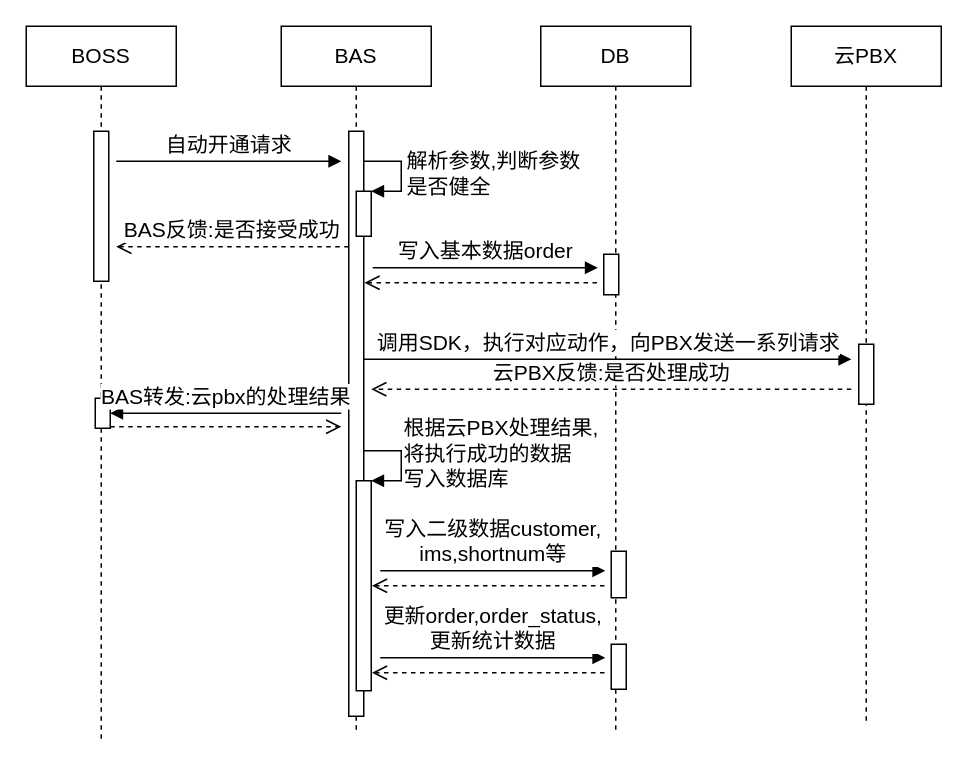
Earlier version of the draw.io diagram BAS/sequence-PBX-interaction.drawio (waterwatermelon/graph). Source tidied: cells renumbered, new cells numbered last; positions are measured from the earlier drawing's top-left corner, leaving out a move shared by most shapes. Both pictures are drawn from the tidied source at 150%, with x=0, y=0 at pixel (26, 26).
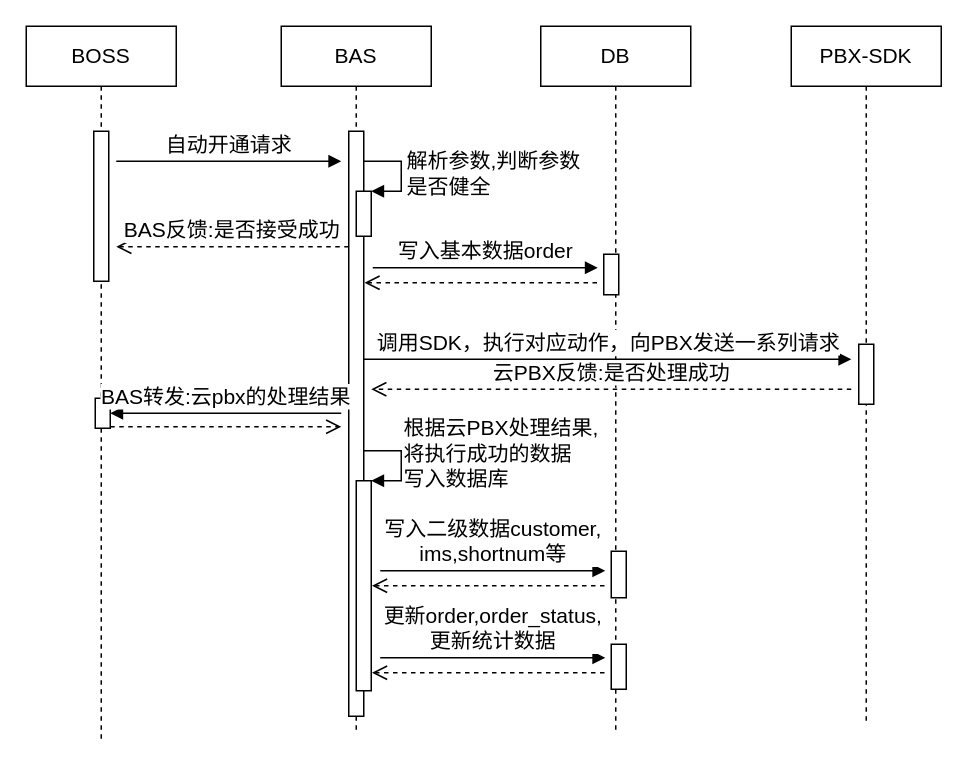
The same page after the edit.

Diff of the diagram source:
```diff
@@
-    <mxCell id="8" value="云PBX" style="shape=umlLifeline;perimeter=lifelinePerimeter;whiteSpace=wrap;html=1;fontSize=14;" parent="1" vertex="1">
+    <mxCell id="8" value="PBX-SDK" style="shape=umlLifeline;perimeter=lifelinePerimeter;whiteSpace=wrap;html=1;fontSize=14;" parent="1" vertex="1">
       <mxGeometry x="510" width="100" height="465" as="geometry" />
     </mxCell>
```
